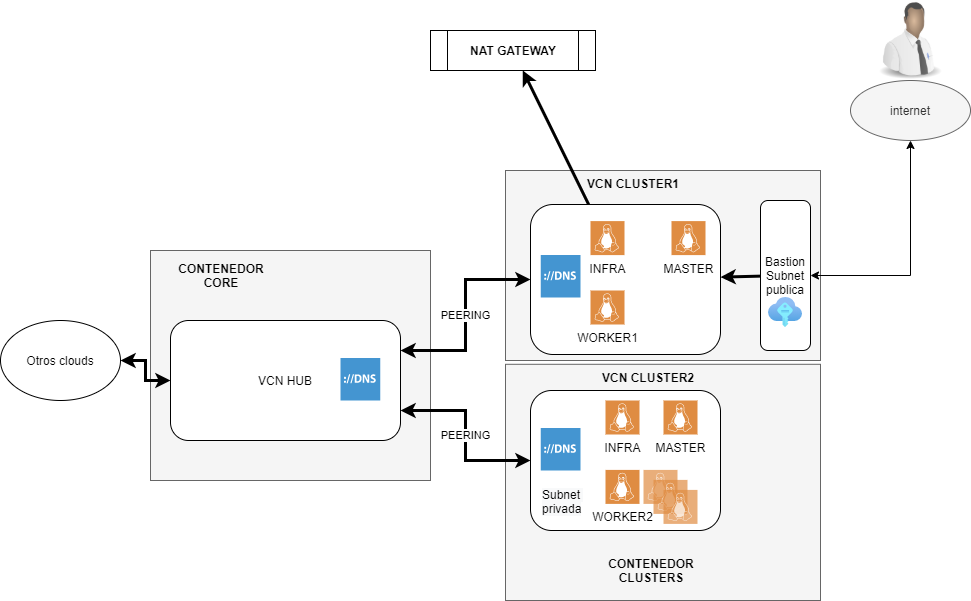
victhor666/Openshift-OCI keeps this draw.io diagram as esquema.png. Above is the earlier version. Source tidied: cells renumbered, new cells last; positions are measured from the earlier drawing's top-left corner, leaving out a move shared by most shapes.
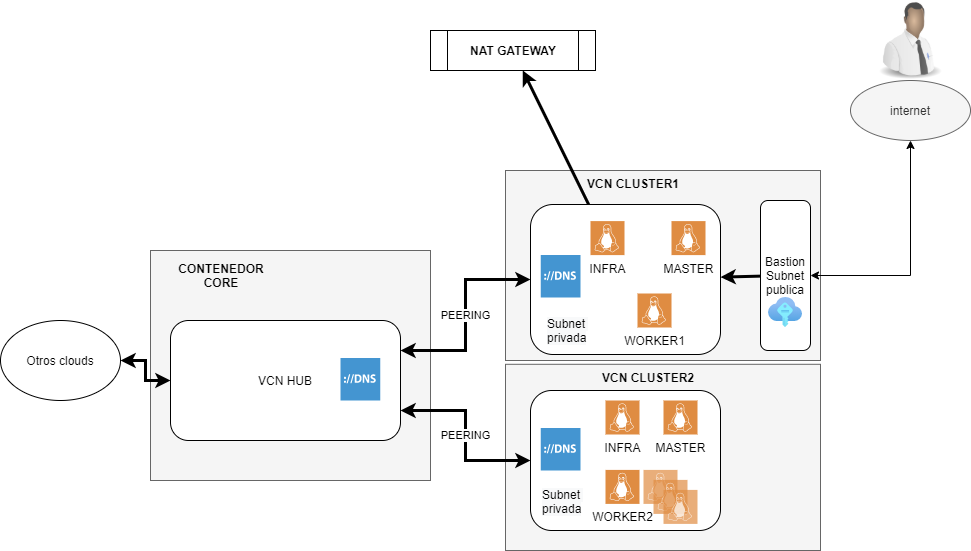
Above is the later version.

Commit message:
ip equivocada en sesion bastion

Change to the diagram source:
```diff
@@ -3,7 +3,7 @@
     <mxCell id="0" />
     <mxCell id="1" parent="0" />
     <mxCell id="2" style="rounded=0;whiteSpace=wrap;html=1;fillColor=#f5f5f5;strokeColor=#666666;fontColor=#333333;" parent="1" vertex="1">
-      <mxGeometry x="505" y="363.8" width="315" height="236.2" as="geometry" />
+      <mxGeometry x="505" y="363.8" width="315" height="186.2" as="geometry" />
     </mxCell>
     <mxCell id="3" style="rounded=0;whiteSpace=wrap;html=1;fillColor=#f5f5f5;strokeColor=#666666;fontColor=#333333;" parent="1" vertex="1">
       <mxGeometry x="505" y="170" width="315" height="190" as="geometry" />
@@ -42,7 +42,7 @@
       <mxGeometry x="671" y="220.6" width="34" height="34" as="geometry" />
     </mxCell>
     <mxCell id="15" value="WORKER1" style="sketch=0;shadow=0;dashed=0;html=1;strokeColor=none;fillColor=#DF8C42;labelPosition=center;verticalLabelPosition=bottom;verticalAlign=top;align=center;shape=mxgraph.veeam2.linux;" parent="1" vertex="1">
-      <mxGeometry x="590" y="290" width="34" height="34" as="geometry" />
+      <mxGeometry x="637" y="293" width="34" height="34" as="geometry" />
     </mxCell>
     <mxCell id="16" style="shadow=0;dashed=0;html=1;strokeColor=none;fillColor=#4495D1;labelPosition=center;verticalLabelPosition=bottom;verticalAlign=top;align=center;shape=mxgraph.veeam.dns;" parent="1" vertex="1">
       <mxGeometry x="540.2" y="427.6" width="39.8" height="42.4" as="geometry" />
@@ -86,9 +86,6 @@
     <mxCell id="29" style="sketch=0;shadow=0;dashed=0;html=1;strokeColor=none;fillColor=#DF8C42;labelPosition=center;verticalLabelPosition=bottom;verticalAlign=top;align=center;shape=mxgraph.veeam2.linux;opacity=70;" parent="1" vertex="1">
       <mxGeometry x="663" y="489.4" width="34" height="34" as="geometry" />
     </mxCell>
-    <mxCell id="30" value="&lt;div style=&quot;text-align: center&quot;&gt;&lt;font face=&quot;helvetica&quot;&gt;CONTENEDOR CLUSTERS&lt;/font&gt;&lt;/div&gt;" style="text;whiteSpace=wrap;html=1;fontStyle=1;" parent="1" vertex="1">
-      <mxGeometry x="590" y="550" width="120" height="30" as="geometry" />
-    </mxCell>
     <mxCell id="31" style="edgeStyle=none;rounded=0;jettySize=auto;html=1;startArrow=none;startFill=0;strokeWidth=3;" parent="1" edge="1" source="32" target="9">
       <mxGeometry relative="1" as="geometry" />
     </mxCell>
@@ -105,7 +102,10 @@
       <mxGeometry x="768" y="297" width="34" height="30" as="geometry" />
     </mxCell>
     <mxCell id="36" value="&lt;span style=&quot;color: rgb(0 , 0 , 0) ; font-family: &amp;#34;helvetica&amp;#34; ; font-size: 12px ; font-style: normal ; font-weight: 400 ; letter-spacing: normal ; text-align: center ; text-indent: 0px ; text-transform: none ; word-spacing: 0px ; background-color: rgb(248 , 249 , 250) ; display: inline ; float: none&quot;&gt;Subnet &lt;br&gt;privada&lt;/span&gt;" style="text;whiteSpace=wrap;html=1;" parent="1" vertex="1">
-      <mxGeometry x="540.2" y="481.4" width="100" height="30" as="geometry" />
+      <mxGeometry x="540.2" y="481.4" width="49.8" height="30" as="geometry" />
     </mxCell>
+    <mxCell id="37" value="&lt;span style=&quot;color: rgb(0 , 0 , 0) ; font-family: &amp;#34;helvetica&amp;#34; ; font-size: 12px ; font-style: normal ; font-weight: 400 ; letter-spacing: normal ; text-align: center ; text-indent: 0px ; text-transform: none ; word-spacing: 0px ; background-color: rgb(248 , 249 , 250) ; display: inline ; float: none&quot;&gt;Subnet &lt;br&gt;privada&lt;/span&gt;" style="text;whiteSpace=wrap;html=1;" parent="1" vertex="1">
+      <mxGeometry x="545.2" y="310" width="49.8" height="30" as="geometry" />
+    </mxCell>
   </root>
 </mxGraphModel>
```
